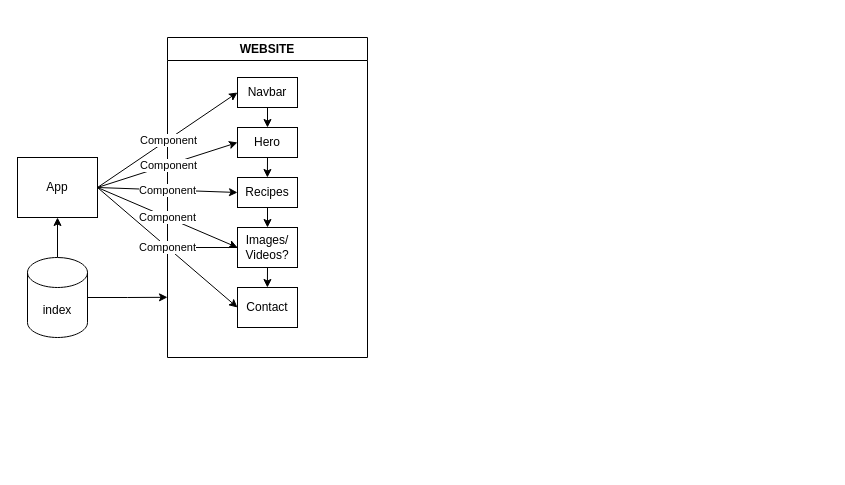
Above: Untitled Diagram.drawio in SpookTheProgrammer/IT_Hjelpemiddel (draw.io), before the change. Source tidied: cells renumbered, new cells numbered last; positions are measured from the earlier drawing's top-left corner, leaving out a move shared by most shapes. Both pictures are drawn from the tidied source at 100%, with x=0, y=0 at pixel (17, 37). Pictures stored in the file or linked from it are replaced by grey dashed boxes.
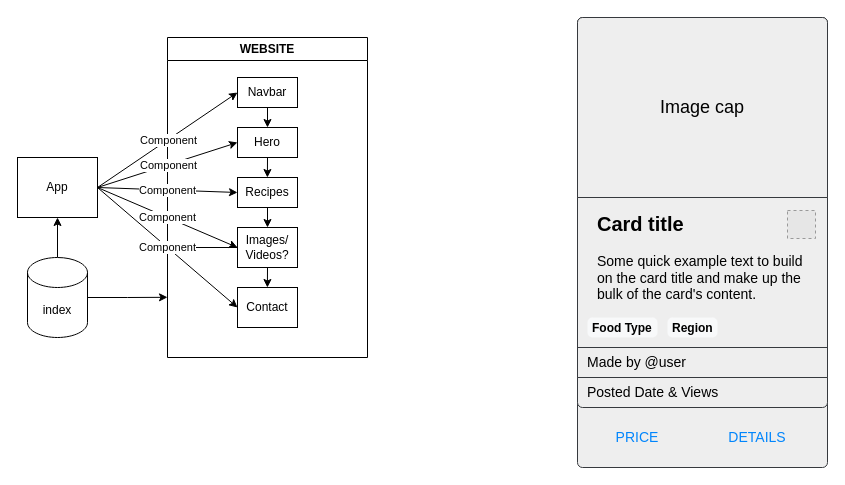
After the change.

What changed in the source:
```diff
@@
+    <mxCell id="29" style="html=1;shadow=0;dashed=0;shape=mxgraph.bootstrap.rrect;rSize=5;html=1;whiteSpace=wrap;verticalAlign=bottom;align=left;spacing=20;spacingBottom=130;fontSize=14;fillColor=#eeeeee;strokeColor=#36393d;" parent="1" vertex="1">
+      <mxGeometry x="560" y="-20" width="250" height="450" as="geometry" />
+    </mxCell>
+    <mxCell id="30" value="Image cap" style="html=1;shadow=0;dashed=0;shape=mxgraph.bootstrap.topButton;rSize=5;perimeter=none;whiteSpace=wrap;fillColor=#eeeeee;strokeColor=#36393d;fontSize=18;" parent="29" vertex="1">
+      <mxGeometry width="250" height="180" relative="1" as="geometry" />
+    </mxCell>
+    <mxCell id="31" value="&lt;b&gt;&lt;font style=&quot;font-size: 20px&quot;&gt;Card title&lt;/font&gt;&lt;/b&gt;&lt;br style=&quot;font-size: 14px&quot;&gt;&lt;br style=&quot;font-size: 14px&quot;&gt;Some quick example text to build on the card title and make up the bulk of the card's content." style="perimeter=none;html=1;whiteSpace=wrap;fillColor=none;strokeColor=none;verticalAlign=top;align=left;spacing=20;spacingTop=-10;fontSize=14;" parent="29" vertex="1">
+      <mxGeometry width="250" height="120" relative="1" as="geometry">
+        <mxPoint y="180" as="offset" />
+      </mxGeometry>
+    </mxCell>
+    <mxCell id="32" value="Made by @user" style="strokeColor=inherit;fillColor=inherit;gradientColor=inherit;fontColor=inherit;html=1;shadow=0;dashed=0;perimeter=none;fontSize=14;whiteSpace=wrap;align=left;spacing=10;" parent="29" vertex="1">
+      <mxGeometry width="250" height="30" relative="1" as="geometry">
+        <mxPoint y="330" as="offset" />
+      </mxGeometry>
+    </mxCell>
+    <mxCell id="33" value="Posted Date &amp;amp; Views" style="strokeColor=inherit;fillColor=inherit;gradientColor=inherit;fontColor=inherit;html=1;shadow=0;dashed=0;shape=mxgraph.bootstrap.bottomButton;rSize=5;perimeter=none;fontSize=14;whiteSpace=wrap;align=left;spacing=10;" parent="29" vertex="1">
+      <mxGeometry width="250" height="30" relative="1" as="geometry">
+        <mxPoint y="360" as="offset" />
+      </mxGeometry>
+    </mxCell>
+    <mxCell id="34" value="PRICE" style="html=1;shadow=0;dashed=0;shape=mxgraph.bootstrap.rrect;rSize=5;perimeter=none;whiteSpace=wrap;fillColor=none;strokeColor=none;fontColor=#0085FC;fontSize=14;align=center;" parent="29" vertex="1">
+      <mxGeometry y="1" width="80" height="40" relative="1" as="geometry">
+        <mxPoint x="20" y="-50" as="offset" />
+      </mxGeometry>
+    </mxCell>
+    <mxCell id="35" value="DETAILS" style="html=1;shadow=0;dashed=0;shape=mxgraph.bootstrap.rrect;rSize=5;perimeter=none;whiteSpace=wrap;fillColor=none;strokeColor=none;fontColor=#0085FC;fontSize=14;align=center;" parent="29" vertex="1">
+      <mxGeometry y="1" width="100" height="40" relative="1" as="geometry">
+        <mxPoint x="130" y="-50" as="offset" />
+      </mxGeometry>
+    </mxCell>
+    <mxCell id="36" value="&lt;font style=&quot;font-size: 12px;&quot;&gt;Food Type&lt;/font&gt;" style="html=1;shadow=0;dashed=0;shape=mxgraph.bootstrap.rrect;rSize=5;strokeColor=none;strokeWidth=1;fillColor=#F8F9FA;fontColor=#000000;whiteSpace=wrap;align=left;verticalAlign=middle;spacingLeft=0;fontStyle=1;fontSize=14;spacing=5;" parent="29" vertex="1">
+      <mxGeometry x="10" y="300" width="70" height="20" as="geometry" />
+    </mxCell>
+    <mxCell id="37" value="&lt;font style=&quot;font-size: 12px;&quot;&gt;Region&lt;/font&gt;" style="html=1;shadow=0;dashed=0;shape=mxgraph.bootstrap.rrect;rSize=5;strokeColor=none;strokeWidth=1;fillColor=#F8F9FA;fontColor=#000000;whiteSpace=wrap;align=left;verticalAlign=middle;spacingLeft=0;fontStyle=1;fontSize=14;spacing=5;" parent="29" vertex="1">
+      <mxGeometry x="90" y="300" width="50" height="20" as="geometry" />
+    </mxCell>
+    <mxCell id="38" style="fillColor=#E6E6E6;strokeColor=#999999;dashed=1;html=1;verticalAlign=top;verticalLabelPosition=bottom;labelBackgroundColor=#ffffff;" parent="29" vertex="1">
+      <mxGeometry x="210" y="193" width="28" height="28" as="geometry" />
+    </mxCell>
```
